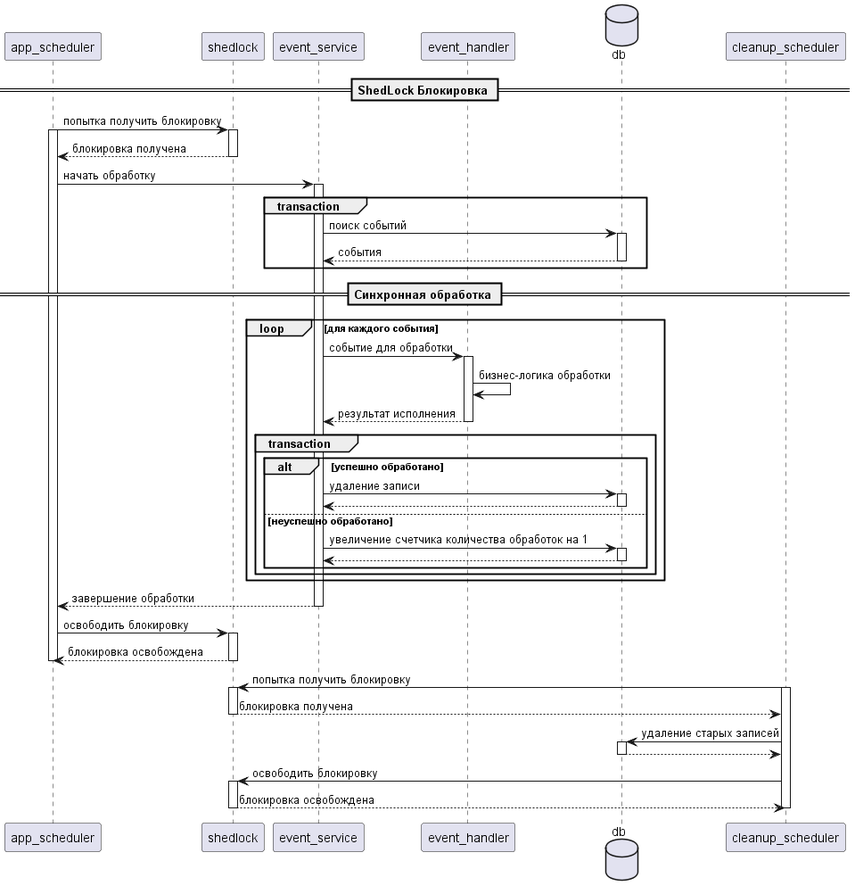
This is out/result_processing/processing.png from laym0n/eventhandling, a PlantUML export, as it was before one commit.
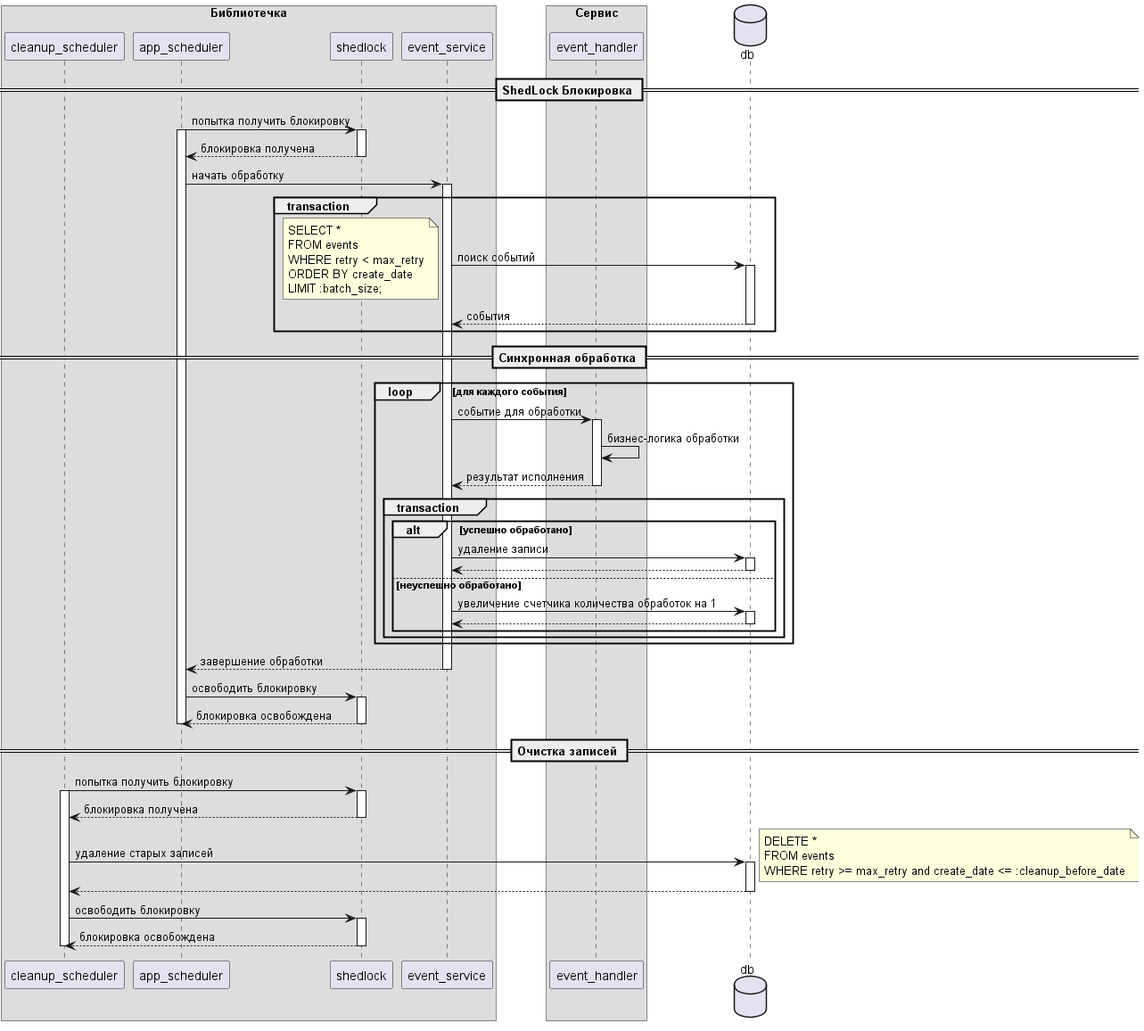
The same diagram one commit later.

Diff of the diagram source:
```diff
@@ -1,9 +1,16 @@
 @startuml processing
 
+box "Библиотечка"
+participant cleanup_scheduler
 participant app_scheduler
 participant shedlock
 participant event_service
+end box
+
+box "Сервис"
 participant event_handler
+end box
+
 database db
 
 == ShedLock Блокировка ==
@@ -20,6 +27,13 @@
 
 group transaction
     event_service -> db : поиск событий
+    note left
+        SELECT *
+        FROM events
+        WHERE retry < max_retry
+        ORDER BY create_date
+        LIMIT :batch_size;
+    end note
     activate db
     db --> event_service : события
     deactivate db
@@ -60,6 +74,8 @@
 
 deactivate app_scheduler
 
+== Очистка записей ==
+
 cleanup_scheduler -> shedlock : попытка получить блокировку
 activate cleanup_scheduler
 activate shedlock
@@ -68,6 +84,11 @@
 deactivate shedlock
 
 cleanup_scheduler -> db : удаление старых записей
+note right
+    DELETE *
+    FROM events
+    WHERE retry >= max_retry and create_date <= :cleanup_before_date
+end note
 activate db
 db --> cleanup_scheduler
 deactivate db
```
